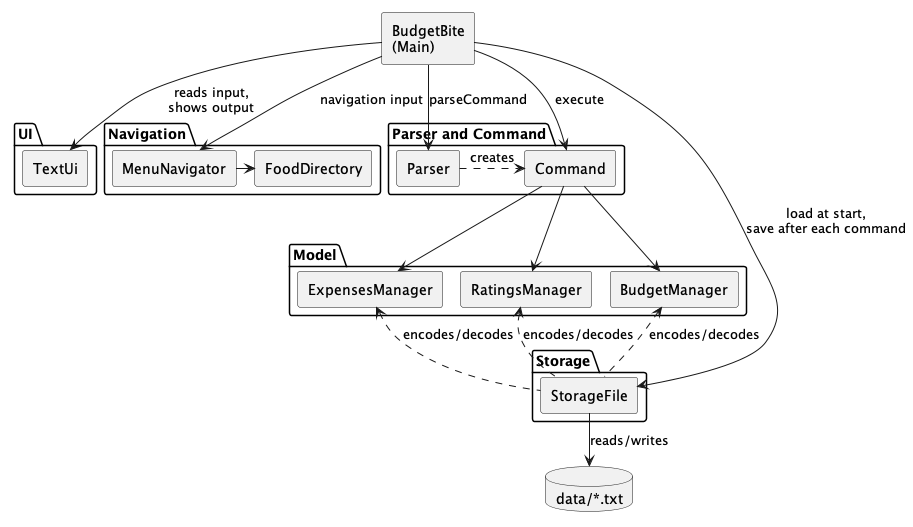
The PlantUML diagram docs/images/ArchitectureDiagram.png in AY2627S1-CS2113-W10-3/tp, before a commit. Its diagram source:
```plantuml
@startuml
!pragma layout smetana
skinparam shadowing false
skinparam componentStyle rectangle

component "BudgetBite\n(Main)" as Main

package "UI" {
    [TextUi]
}

package "Navigation" {
    [MenuNavigator]
    [FoodDirectory]
}

package "Parser and Command" {
    [Parser]
    [Command]
}

package "Model" {
    [ExpensesManager]
    [RatingsManager]
    [BudgetManager]
}

package "Storage" {
    [StorageFile]
}

database "data/*.txt" as Files

Main -down-> [TextUi] : reads input,\nshows output
Main -down-> [MenuNavigator] : navigation input
Main -down-> [Parser] : parseCommand
Main -down-> [Command] : execute
Main -down-> [StorageFile] : load at start,\nsave after each command

[Parser] .right.> [Command] : creates
[Command] -down-> [ExpensesManager]
[Command] -down-> [RatingsManager]
[Command] -down-> [BudgetManager]
[MenuNavigator] -right-> [FoodDirectory]

[StorageFile] .up.> [ExpensesManager] : encodes/decodes
[StorageFile] .up.> [RatingsManager] : encodes/decodes
[StorageFile] .up.> [BudgetManager] : encodes/decodes
[StorageFile] -down-> Files : reads/writes
@enduml
```
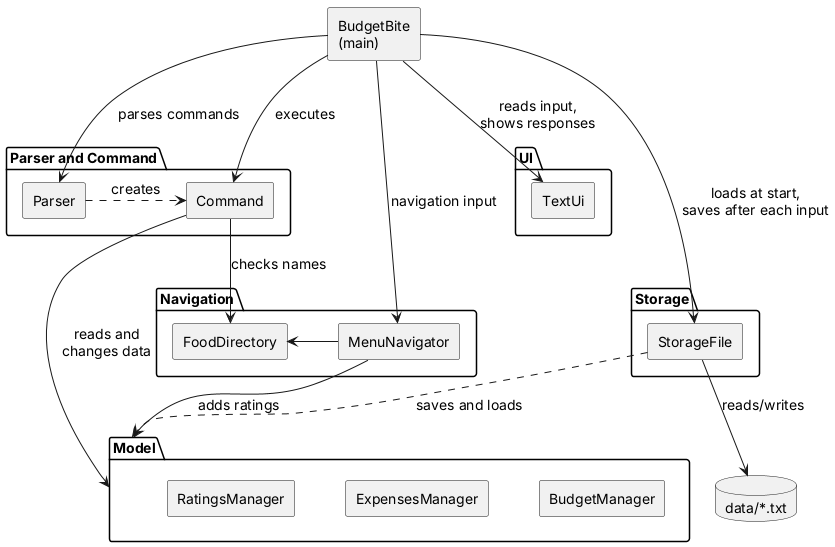
The same diagram one commit later.

The edit, as a diff of the source:
```diff
@@ -1,50 +1,47 @@
 @startuml
-!pragma layout smetana
 skinparam shadowing false
+skinparam defaultFontSize 14
 skinparam componentStyle rectangle
+skinparam nodesep 50
+skinparam ranksep 70
 
-component "BudgetBite\n(Main)" as Main
+component "BudgetBite\n(main)" as Main
 
-package "UI" {
-    [TextUi]
+package "UI" as UiPkg {
+    component TextUi
 }
+package "Parser and Command" as CmdPkg {
+    component Parser
+    component Command
+}
+package "Navigation" as NavPkg {
+    component MenuNavigator
+    component FoodDirectory
+}
+package "Storage" as StoPkg {
+    component StorageFile
+}
+package "Model" as Model {
+    component RatingsManager
+    component ExpensesManager
+    component BudgetManager
+}
+database "data/*.txt" as Data
 
-package "Navigation" {
-    [MenuNavigator]
-    [FoodDirectory]
-}
+RatingsManager -[hidden]right- ExpensesManager
+ExpensesManager -[hidden]right- BudgetManager
 
-package "Parser and Command" {
-    [Parser]
-    [Command]
-}
+Main --> TextUi : reads input,\nshows responses
+Main --> Parser : parses commands
+Main --> Command : executes
+Main --> MenuNavigator : navigation input
+Main --> StorageFile : loads at start,\nsaves after each input
 
-package "Model" {
-    [ExpensesManager]
-    [RatingsManager]
-    [BudgetManager]
-}
-
-package "Storage" {
-    [StorageFile]
-}
-
-database "data/*.txt" as Files
-
-Main -down-> [TextUi] : reads input,\nshows output
-Main -down-> [MenuNavigator] : navigation input
-Main -down-> [Parser] : parseCommand
-Main -down-> [Command] : execute
-Main -down-> [StorageFile] : load at start,\nsave after each command
-
-[Parser] .right.> [Command] : creates
-[Command] -down-> [ExpensesManager]
-[Command] -down-> [RatingsManager]
-[Command] -down-> [BudgetManager]
-[MenuNavigator] -right-> [FoodDirectory]
-
-[StorageFile] .up.> [ExpensesManager] : encodes/decodes
-[StorageFile] .up.> [RatingsManager] : encodes/decodes
-[StorageFile] .up.> [BudgetManager] : encodes/decodes
-[StorageFile] -down-> Files : reads/writes
+Parser .right.> Command : creates
+MenuNavigator -right-> FoodDirectory
+Command --> Model : reads and\nchanges data
+Command --> FoodDirectory : checks names
+MenuNavigator --> Model : adds ratings
+StorageFile ..> Model : saves and loads
+StorageFile --> Data : reads/writes
 @enduml
```
